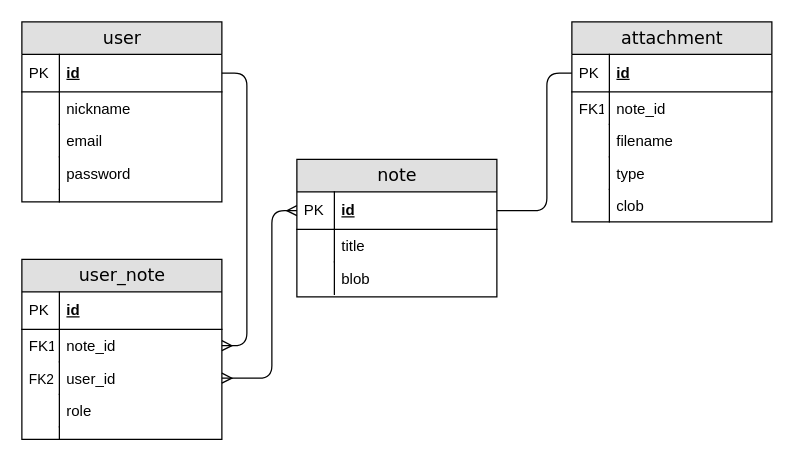
Earlier version of the draw.io diagram todolist-db/model/todolist_db.drawio (AminevRamil/ToDoList). Source tidied: cells renumbered, new cells numbered last; positions are measured from the earlier drawing's top-left corner, leaving out a move shared by most shapes. Both pictures are drawn from the tidied source at 125%, with x=0, y=0 at pixel (21, 21).
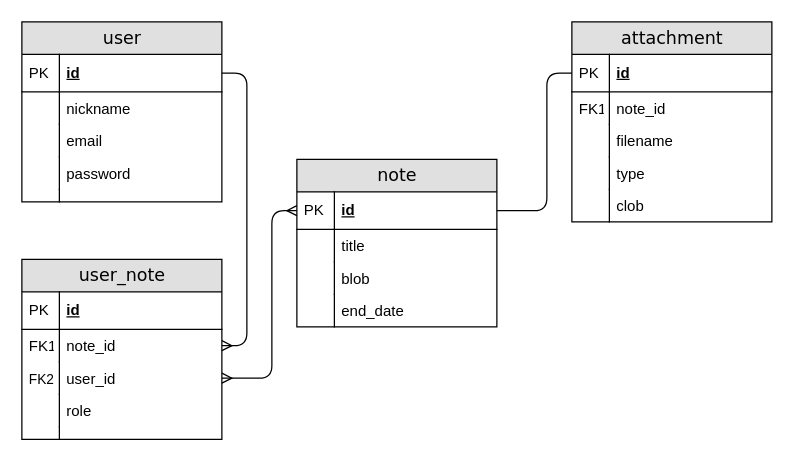
After the change.

Commit message:
Add end_date to note model

Change to the diagram source:
```diff
@@
     <mxCell id="2" value="note" style="swimlane;html=1;fontStyle=0;horizontal=1;startSize=26;fillColor=#e0e0e0;swimlaneFillColor=#ffffff;align=center;rounded=0;shadow=0;comic=0;labelBackgroundColor=none;strokeWidth=1;fontFamily=Verdana;fontSize=14;swimlaneLine=1;" parent="1" vertex="1">
-      <mxGeometry x="220" y="110" width="160" height="110" as="geometry" />
+      <mxGeometry x="220" y="110" width="160" height="134" as="geometry" />
     </mxCell>
@@
+    <mxCell id="45" value="end_date" style="shape=partialRectangle;top=0;left=0;right=0;bottom=0;html=1;align=left;verticalAlign=top;fillColor=none;spacingLeft=34;spacingRight=4;whiteSpace=wrap;overflow=hidden;" parent="2" vertex="1">
+      <mxGeometry y="108" width="160" height="26" as="geometry" />
+    </mxCell>
+    <mxCell id="46" style="shape=partialRectangle;top=0;left=0;bottom=0;html=1;fillColor=none;align=left;verticalAlign=top;spacingLeft=4;spacingRight=4;whiteSpace=wrap;overflow=hidden;" parent="45" vertex="1">
+      <mxGeometry width="30" height="26" as="geometry" />
+    </mxCell>
```
